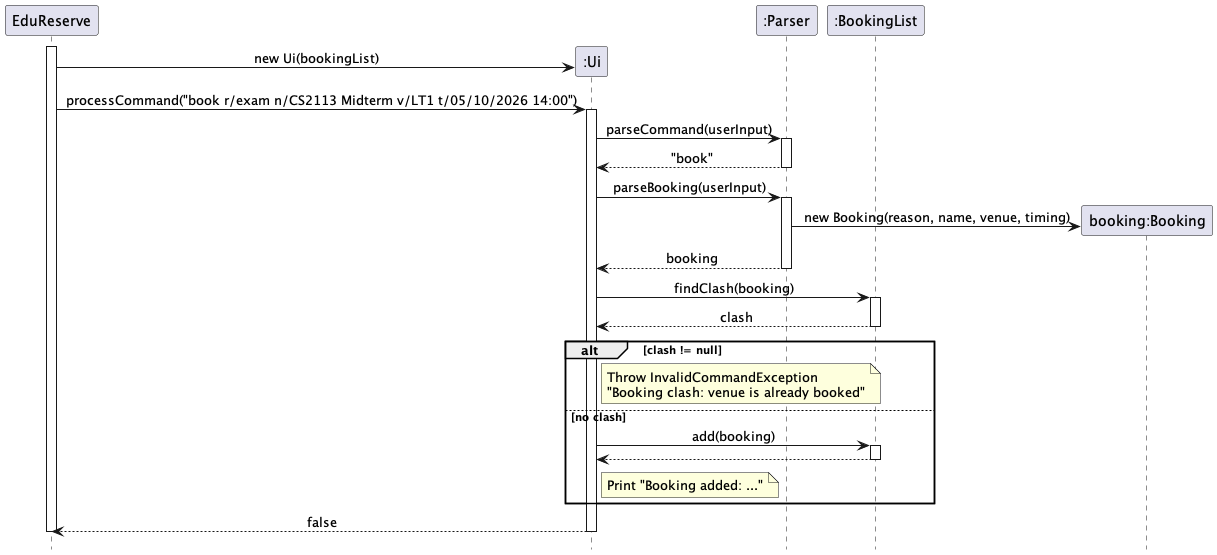
Above: docs/UMLDiagrams/BookCommandSequenceDiagram.png in AY2627S1-CS2113-W14-2/tp (PlantUML), before the change.
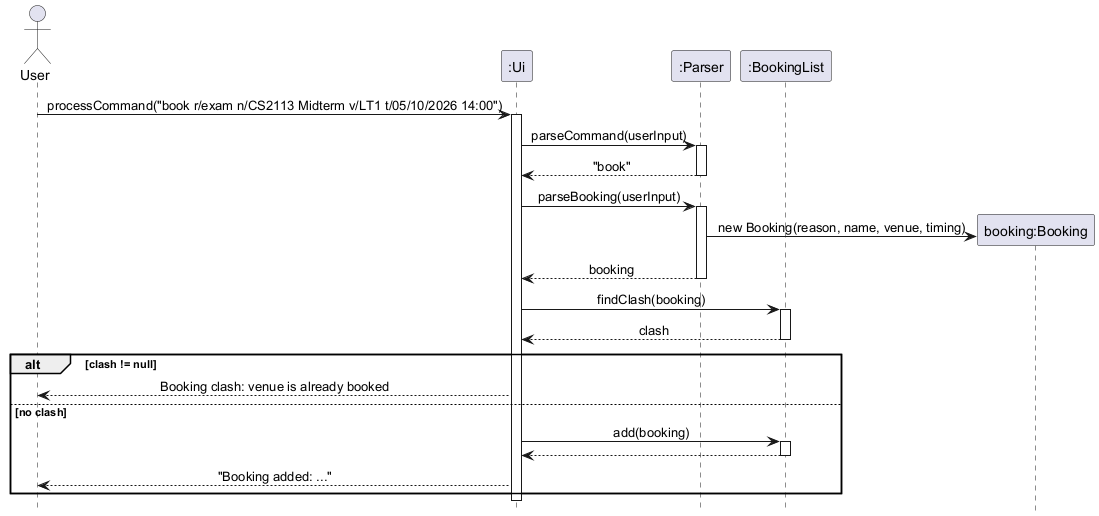
Later version of the same file.

Change to the diagram source:
```diff
@@ -2,16 +2,14 @@
 skinparam sequenceMessageAlign center
 hide footbox
 
-participant "EduReserve" as App
+actor User
 
-activate App
-create participant ":Ui" as UI
-App -> UI: new Ui(bookingList)
+participant ":Ui" as UI
 
 participant ":Parser" as Parser
 participant ":BookingList" as Bookings
 
-App -> UI: processCommand("book r/exam n/CS2113 Midterm v/LT1 t/05/10/2026 14:00")
+User -> UI: processCommand("book r/exam n/CS2113 Midterm v/LT1 t/05/10/2026 14:00")
 activate UI
 
 UI -> Parser: parseCommand(userInput)
@@ -32,22 +30,15 @@
 deactivate Bookings
 
 alt clash != null
-    note right of UI
-        Throw InvalidCommandException
-        "Booking clash: venue is already booked"
-    end note
+    UI --> User: Booking clash: venue is already booked
 else no clash
     UI -> Bookings: add(booking)
     activate Bookings
     Bookings --> UI
     deactivate Bookings
 
-    note right of UI
-        Print "Booking added: ..."
-    end note
+    UI --> User: "Booking added: ..."
 end
 
-UI --> App: false
 deactivate UI
-deactivate App
 @enduml
```
